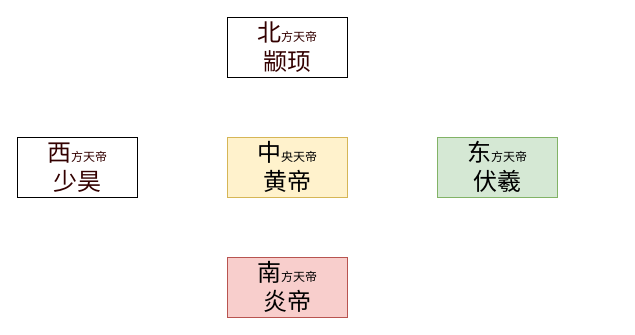
The draw.io diagram page "五方天帝" (2 of 4) of 黄帝.drawio in littlebeer/drawio, before the edit. Source tidied: cells renumbered, new cells numbered last; positions are measured from the earlier drawing's top-left corner, leaving out a move shared by most shapes. Both pictures are drawn from the tidied source at 100%, with x=0, y=0 at pixel (17, 17).
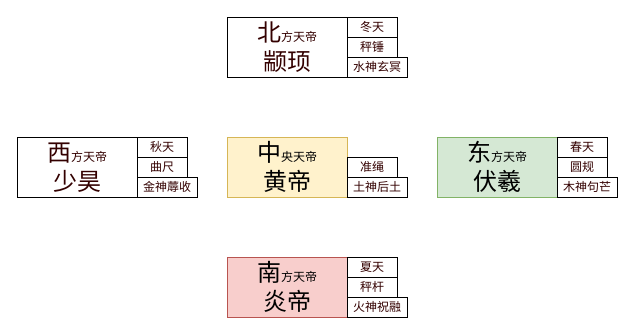
After the change.

Diff of the diagram source:
```diff
@@
+    <mxCell id="7" value="木神句芒" style="rounded=0;whiteSpace=wrap;html=1;labelBackgroundColor=none;fontSize=12;fontColor=#330000;" parent="1" vertex="1">
+      <mxGeometry x="540" y="160" width="60" height="20" as="geometry" />
+    </mxCell>
+    <mxCell id="8" value="火神祝融" style="rounded=0;whiteSpace=wrap;html=1;labelBackgroundColor=none;fontSize=12;fontColor=#330000;" parent="1" vertex="1">
+      <mxGeometry x="330" y="280" width="60" height="20" as="geometry" />
+    </mxCell>
+    <mxCell id="9" value="金神蓐收" style="rounded=0;whiteSpace=wrap;html=1;labelBackgroundColor=none;fontSize=12;fontColor=#330000;" parent="1" vertex="1">
+      <mxGeometry x="120" y="160" width="60" height="20" as="geometry" />
+    </mxCell>
+    <mxCell id="10" value="水神玄冥" style="rounded=0;whiteSpace=wrap;html=1;labelBackgroundColor=none;fontSize=12;fontColor=#330000;" parent="1" vertex="1">
+      <mxGeometry x="330" y="40" width="60" height="20" as="geometry" />
+    </mxCell>
+    <mxCell id="11" value="秤锤" style="rounded=0;whiteSpace=wrap;html=1;labelBackgroundColor=none;fontSize=12;fontColor=#330000;" parent="1" vertex="1">
+      <mxGeometry x="330" y="20" width="50" height="20" as="geometry" />
+    </mxCell>
+    <mxCell id="12" value="圆规" style="rounded=0;whiteSpace=wrap;html=1;labelBackgroundColor=none;fontSize=12;fontColor=#330000;" parent="1" vertex="1">
+      <mxGeometry x="540" y="140" width="50" height="20" as="geometry" />
+    </mxCell>
+    <mxCell id="13" value="曲尺" style="rounded=0;whiteSpace=wrap;html=1;labelBackgroundColor=none;fontSize=12;fontColor=#330000;" parent="1" vertex="1">
+      <mxGeometry x="120" y="140" width="50" height="20" as="geometry" />
+    </mxCell>
+    <mxCell id="14" value="秤杆" style="rounded=0;whiteSpace=wrap;html=1;labelBackgroundColor=none;fontSize=12;fontColor=#330000;" parent="1" vertex="1">
+      <mxGeometry x="330" y="260" width="50" height="20" as="geometry" />
+    </mxCell>
+    <mxCell id="15" value="土神后土" style="rounded=0;whiteSpace=wrap;html=1;labelBackgroundColor=none;fontSize=12;fontColor=#330000;" parent="1" vertex="1">
+      <mxGeometry x="330" y="160" width="60" height="20" as="geometry" />
+    </mxCell>
+    <mxCell id="16" value="准绳" style="rounded=0;whiteSpace=wrap;html=1;labelBackgroundColor=none;fontSize=12;fontColor=#330000;" parent="1" vertex="1">
+      <mxGeometry x="330" y="140" width="50" height="20" as="geometry" />
+    </mxCell>
+    <mxCell id="17" value="冬天" style="rounded=0;whiteSpace=wrap;html=1;labelBackgroundColor=none;fontSize=12;fontColor=#330000;" parent="1" vertex="1">
+      <mxGeometry x="330" width="50" height="20" as="geometry" />
+    </mxCell>
+    <mxCell id="18" value="春天" style="rounded=0;whiteSpace=wrap;html=1;labelBackgroundColor=none;fontSize=12;fontColor=#330000;" parent="1" vertex="1">
+      <mxGeometry x="540" y="120" width="50" height="20" as="geometry" />
+    </mxCell>
+    <mxCell id="19" value="秋天" style="rounded=0;whiteSpace=wrap;html=1;labelBackgroundColor=none;fontSize=12;fontColor=#330000;" parent="1" vertex="1">
+      <mxGeometry x="120" y="120" width="50" height="20" as="geometry" />
+    </mxCell>
+    <mxCell id="20" value="夏天" style="rounded=0;whiteSpace=wrap;html=1;labelBackgroundColor=none;fontSize=12;fontColor=#330000;" parent="1" vertex="1">
+      <mxGeometry x="330" y="240" width="50" height="20" as="geometry" />
+    </mxCell>
```
